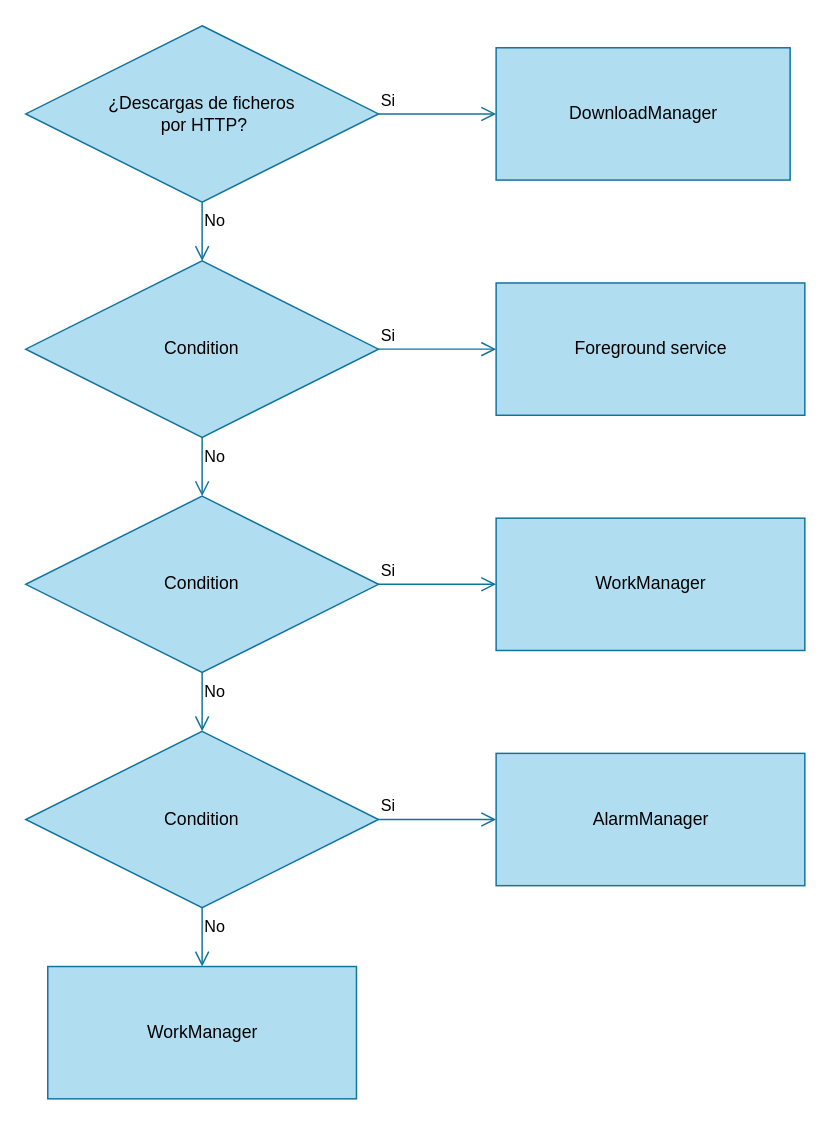
xxliu95/UML-practice keeps this draw.io diagram as Untitled Diagram.drawio. Above is the earlier version. Source tidied: cells renumbered, new cells numbered last; positions are measured from the earlier drawing's top-left corner, leaving out a move shared by most shapes. Both pictures are drawn from the tidied source at 147%, with x=0, y=0 at pixel (25, 25).
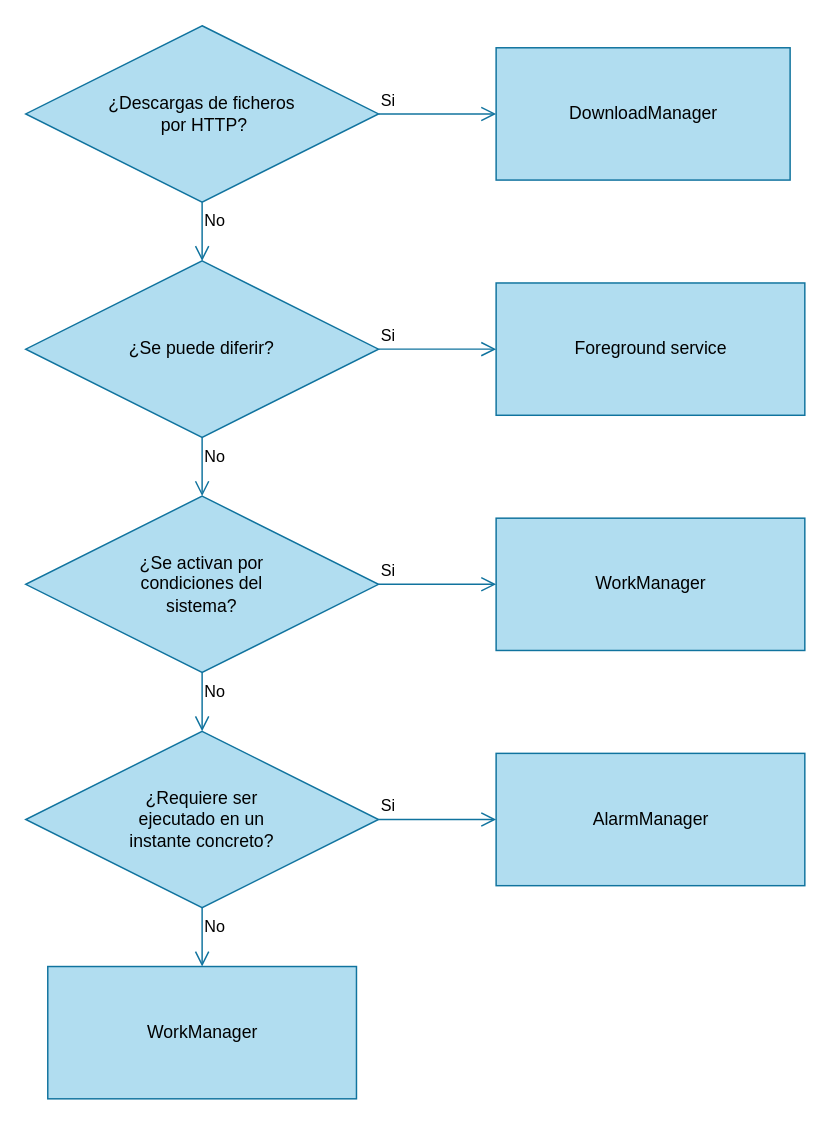
The same diagram, later.

Change to the diagram source:
```diff
@@
 <mxGraphModel>
   <root>
     <mxCell id="0" />
     <mxCell id="1" parent="0" />
     <mxCell id="2" value="¿Descargas de ficheros&lt;br&gt;&amp;nbsp;por HTTP?" style="rhombus;whiteSpace=wrap;html=1;fillColor=#b1ddf0;strokeColor=#10739e;" parent="1" vertex="1">
       <mxGeometry width="240" height="120" as="geometry" />
     </mxCell>
     <mxCell id="3" value="Si" style="edgeStyle=orthogonalEdgeStyle;html=1;align=left;verticalAlign=bottom;endArrow=open;endSize=8;fillColor=#b1ddf0;strokeColor=#10739e;entryX=0;entryY=0.5;entryDx=0;entryDy=0;" parent="1" edge="1" source="2" target="14">
       <mxGeometry x="-1" relative="1" as="geometry" />
     </mxCell>
     <mxCell id="4" value="No&lt;br&gt;" style="edgeStyle=orthogonalEdgeStyle;html=1;align=left;verticalAlign=top;endArrow=open;endSize=8;fillColor=#b1ddf0;strokeColor=#10739e;entryX=0.5;entryY=0;entryDx=0;entryDy=0;" parent="1" edge="1" source="2" target="5">
       <mxGeometry x="-1" relative="1" as="geometry" />
     </mxCell>
-    <mxCell id="5" value="Condition" style="rhombus;whiteSpace=wrap;html=1;fillColor=#b1ddf0;strokeColor=#10739e;" parent="1" vertex="1">
+    <mxCell id="5" value="¿Se puede diferir?" style="rhombus;whiteSpace=wrap;html=1;fillColor=#b1ddf0;strokeColor=#10739e;" parent="1" vertex="1">
       <mxGeometry y="160" width="240" height="120" as="geometry" />
     </mxCell>
     <mxCell id="6" value="Si" style="edgeStyle=orthogonalEdgeStyle;html=1;align=left;verticalAlign=bottom;endArrow=open;endSize=8;fillColor=#b1ddf0;strokeColor=#10739e;entryX=0;entryY=0.5;entryDx=0;entryDy=0;" parent="1" edge="1" source="5" target="15">
       <mxGeometry x="-1" relative="1" as="geometry" />
     </mxCell>
     <mxCell id="7" value="No&lt;br&gt;" style="edgeStyle=orthogonalEdgeStyle;html=1;align=left;verticalAlign=top;endArrow=open;endSize=8;fillColor=#b1ddf0;strokeColor=#10739e;entryX=0.5;entryY=0;entryDx=0;entryDy=0;" parent="1" edge="1" source="5" target="8">
       <mxGeometry x="-1" relative="1" as="geometry" />
     </mxCell>
-    <mxCell id="8" value="Condition" style="rhombus;whiteSpace=wrap;html=1;fillColor=#b1ddf0;strokeColor=#10739e;" parent="1" vertex="1">
+    <mxCell id="8" value="¿Se activan por&lt;br&gt;condiciones del&lt;br&gt;sistema?" style="rhombus;whiteSpace=wrap;html=1;fillColor=#b1ddf0;strokeColor=#10739e;" parent="1" vertex="1">
       <mxGeometry y="320" width="240" height="120" as="geometry" />
     </mxCell>
     <mxCell id="9" value="Si" style="edgeStyle=orthogonalEdgeStyle;html=1;align=left;verticalAlign=bottom;endArrow=open;endSize=8;fillColor=#b1ddf0;strokeColor=#10739e;entryX=0;entryY=0.5;entryDx=0;entryDy=0;" parent="1" edge="1" source="8" target="16">
       <mxGeometry x="-1" relative="1" as="geometry" />
     </mxCell>
     <mxCell id="10" value="No&lt;br&gt;" style="edgeStyle=orthogonalEdgeStyle;html=1;align=left;verticalAlign=top;endArrow=open;endSize=8;fillColor=#b1ddf0;strokeColor=#10739e;entryX=0.5;entryY=0;entryDx=0;entryDy=0;" parent="1" edge="1" source="8" target="11">
       <mxGeometry x="-1" relative="1" as="geometry" />
     </mxCell>
-    <mxCell id="11" value="Condition" style="rhombus;whiteSpace=wrap;html=1;fillColor=#b1ddf0;strokeColor=#10739e;" parent="1" vertex="1">
+    <mxCell id="11" value="¿Requiere ser&lt;br&gt;ejecutado en un &lt;br&gt;instante concreto?" style="rhombus;whiteSpace=wrap;html=1;fillColor=#b1ddf0;strokeColor=#10739e;" parent="1" vertex="1">
       <mxGeometry y="480" width="240" height="120" as="geometry" />
     </mxCell>
     <mxCell id="12" value="Si" style="edgeStyle=orthogonalEdgeStyle;html=1;align=left;verticalAlign=bottom;endArrow=open;endSize=8;fillColor=#b1ddf0;strokeColor=#10739e;entryX=0;entryY=0.5;entryDx=0;entryDy=0;" parent="1" edge="1" source="11" target="17">
       <mxGeometry x="-1" relative="1" as="geometry" />
     </mxCell>
     <mxCell id="13" value="No&lt;br&gt;" style="edgeStyle=orthogonalEdgeStyle;html=1;align=left;verticalAlign=top;endArrow=open;endSize=8;fillColor=#b1ddf0;strokeColor=#10739e;entryX=0.5;entryY=0;entryDx=0;entryDy=0;" parent="1" edge="1" source="11" target="18">
       <mxGeometry x="-1" relative="1" as="geometry" />
     </mxCell>
     <mxCell id="14" value="DownloadManager" style="html=1;strokeColor=#10739e;fillColor=#b1ddf0;" parent="1" vertex="1">
       <mxGeometry x="320" y="15" width="200" height="90" as="geometry" />
     </mxCell>
     <mxCell id="15" value="Foreground service" style="html=1;strokeColor=#10739e;fillColor=#b1ddf0;" parent="1" vertex="1">
       <mxGeometry x="320" y="175" width="210" height="90" as="geometry" />
     </mxCell>
     <mxCell id="16" value="WorkManager" style="html=1;strokeColor=#10739e;fillColor=#b1ddf0;" parent="1" vertex="1">
       <mxGeometry x="320" y="335" width="210" height="90" as="geometry" />
     </mxCell>
     <mxCell id="17" value="AlarmManager" style="html=1;strokeColor=#10739e;fillColor=#b1ddf0;" parent="1" vertex="1">
       <mxGeometry x="320" y="495" width="210" height="90" as="geometry" />
     </mxCell>
     <mxCell id="18" value="WorkManager" style="html=1;strokeColor=#10739e;fillColor=#b1ddf0;" parent="1" vertex="1">
       <mxGeometry x="15" y="640" width="210" height="90" as="geometry" />
     </mxCell>
   </root>
 </mxGraphModel>
```
